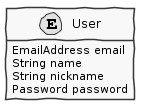
Fuel4us/EventManagingApp keeps this PlantUML diagram as docs/red/1161292/sp2/domainModel.png. Above is the earlier version. The source it was exported from:
```plantuml
@startuml
skinparam handwritten true
skinparam monochrome true
skinparam packageStyle rect
skinparam defaultFontName FG Virgil
skinparam shadowing false

hide empty methods

class User << (E,yellow) >> {
        EmailAddress email
        String name
        String nickname
        Password password
}
@enduml
```
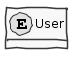
The same diagram one commit later.

Diff of the diagram source:
```diff
@@ -8,9 +8,5 @@
 hide empty methods
 
 class User << (E,yellow) >> {
-        EmailAddress email
-        String name
-        String nickname
-        Password password
 }
 @enduml
```
